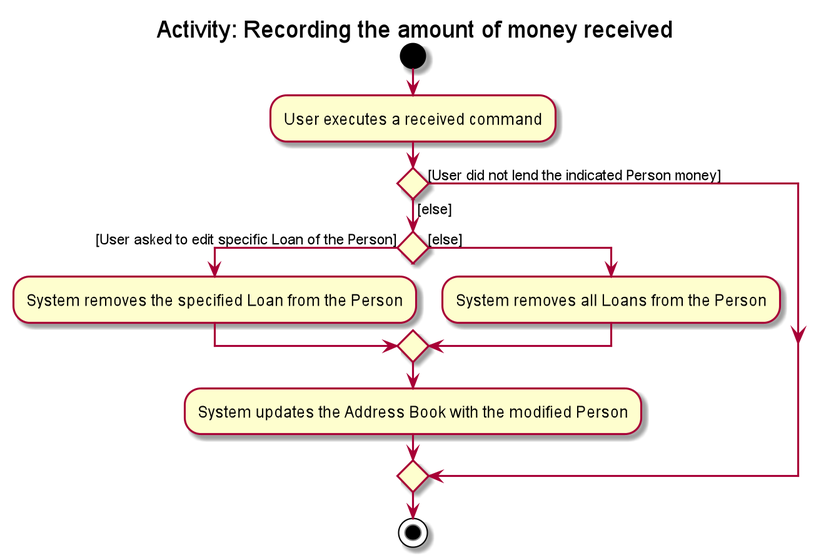
The PlantUML diagram docs/images/ReceivedActivityDiagram.png in syinyichen/main, before a commit.
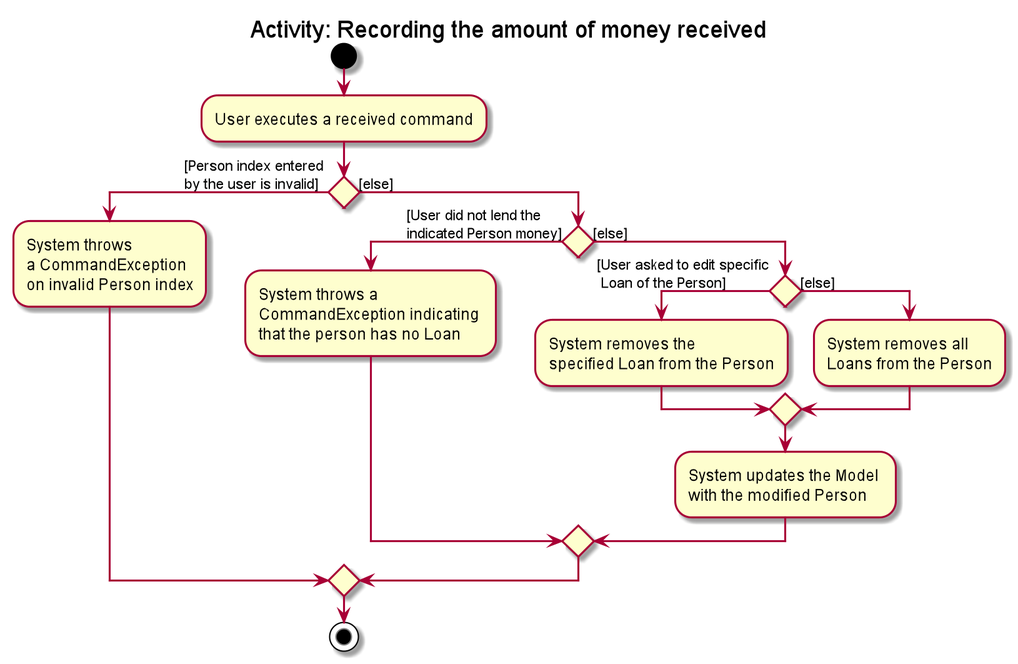
After the commit.

The edit, as a diff of the source:
```diff
@@ -3,14 +3,19 @@
 start
 :User executes a received command;
 
-if () then ([User did not lend the indicated Person money])
+if () then ([Person index entered \nby the user is invalid])
+    :System throws \na CommandException \non invalid Person index;
 else ([else])
-    if () then ([User asked to edit specific Loan of the Person])
-        :System removes the specified Loan from the Person;
+    if () then ([User did not lend the \nindicated Person money])
+        :System throws a \nCommandException indicating \nthat the person has no Loan;
     else ([else])
-        :System removes all Loans from the Person;
+        if () then ([User asked to edit specific\n Loan of the Person])
+            :System removes the \nspecified Loan from the Person;
+        else ([else])
+            :System removes all \nLoans from the Person;
+        endif
+        :System updates the Model \nwith the modified Person;
     endif
-    :System updates the Address Book with the modified Person;
 endif
 stop
 @enduml
```
